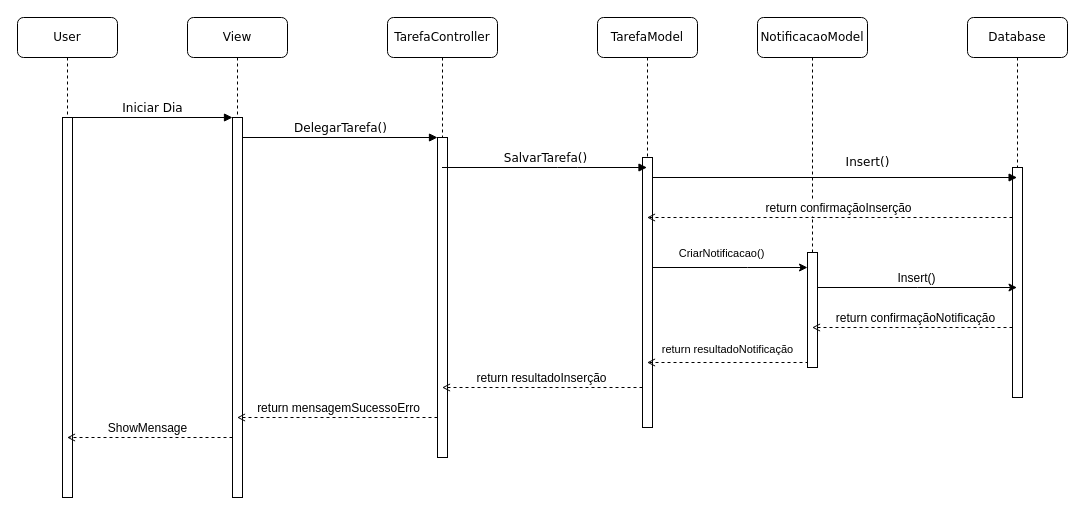
Earlier version of the draw.io diagram docs/DiagramaSequenciaDelegarTarefa.drawio (GabrielWhite96/TaskLy_LPS). Source tidied: cells renumbered, new cells numbered last; positions are measured from the earlier drawing's top-left corner, leaving out a move shared by most shapes. Both pictures are drawn from the tidied source at 100%, with x=0, y=0 at pixel (17, 17).
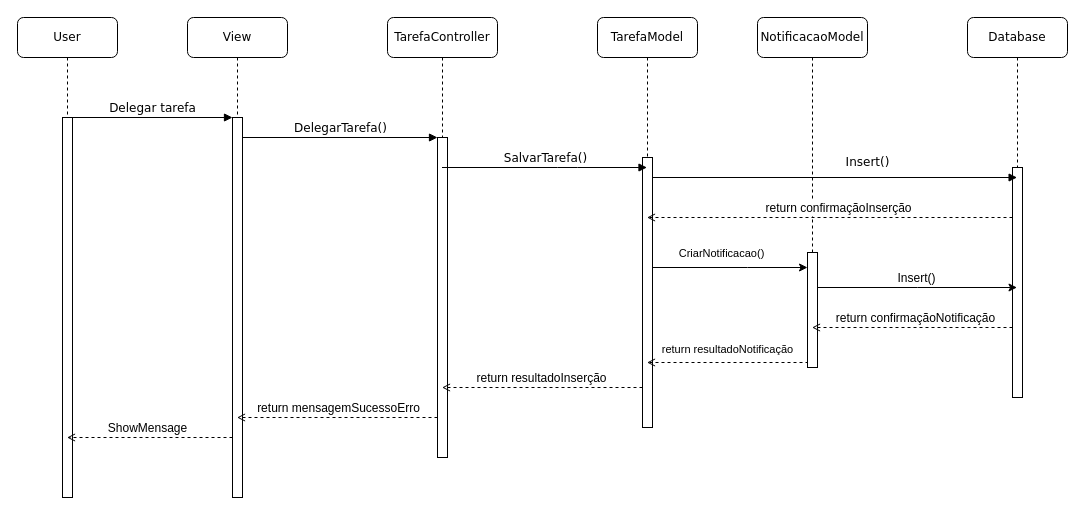
Above is the later version.

The change refers to these unchanged cells:
```xml
<mxCell id="3" style="html=1;points=[];perimeter=orthogonalPerimeter;rounded=0;shadow=0;comic=0;labelBackgroundColor=none;strokeWidth=1;fontFamily=Verdana;fontSize=12;align=center;" parent="2" vertex="1">
  <mxGeometry x="45" y="100" width="10" height="380" as="geometry" />
</mxCell>
<mxCell id="12" style="html=1;points=[];perimeter=orthogonalPerimeter;rounded=0;shadow=0;comic=0;labelBackgroundColor=none;strokeWidth=1;fontFamily=Verdana;fontSize=12;align=center;" parent="11" vertex="1">
  <mxGeometry x="45" y="100" width="10" height="380" as="geometry" />
</mxCell>
```

Change to the diagram source:
```diff
@@
-    <mxCell id="14" value="Iniciar Dia" style="html=1;verticalAlign=bottom;endArrow=block;entryX=0;entryY=0;labelBackgroundColor=none;fontFamily=Verdana;fontSize=12;edgeStyle=elbowEdgeStyle;elbow=vertical;" parent="1" edge="1" source="12" target="3">
+    <mxCell id="14" value="Delegar tarefa" style="html=1;verticalAlign=bottom;endArrow=block;entryX=0;entryY=0;labelBackgroundColor=none;fontFamily=Verdana;fontSize=12;edgeStyle=elbowEdgeStyle;elbow=vertical;" parent="1" edge="1" source="12" target="3">
       <mxGeometry relative="1" as="geometry" />
     </mxCell>
```
